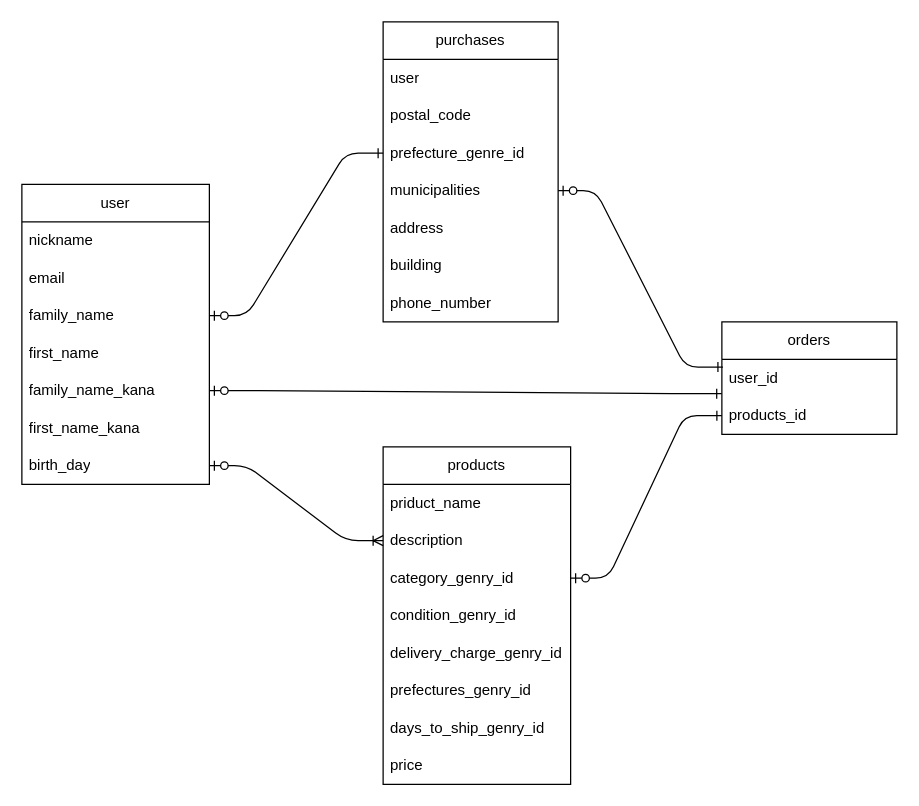
Above: ER.dio in konkiiii/furima-38526 (draw.io), before the change. Source tidied: cells renumbered, new cells numbered last; positions are measured from the earlier drawing's top-left corner, leaving out a move shared by most shapes. Both pictures are drawn from the tidied source at 125%, with x=0, y=0 at pixel (21, 21).
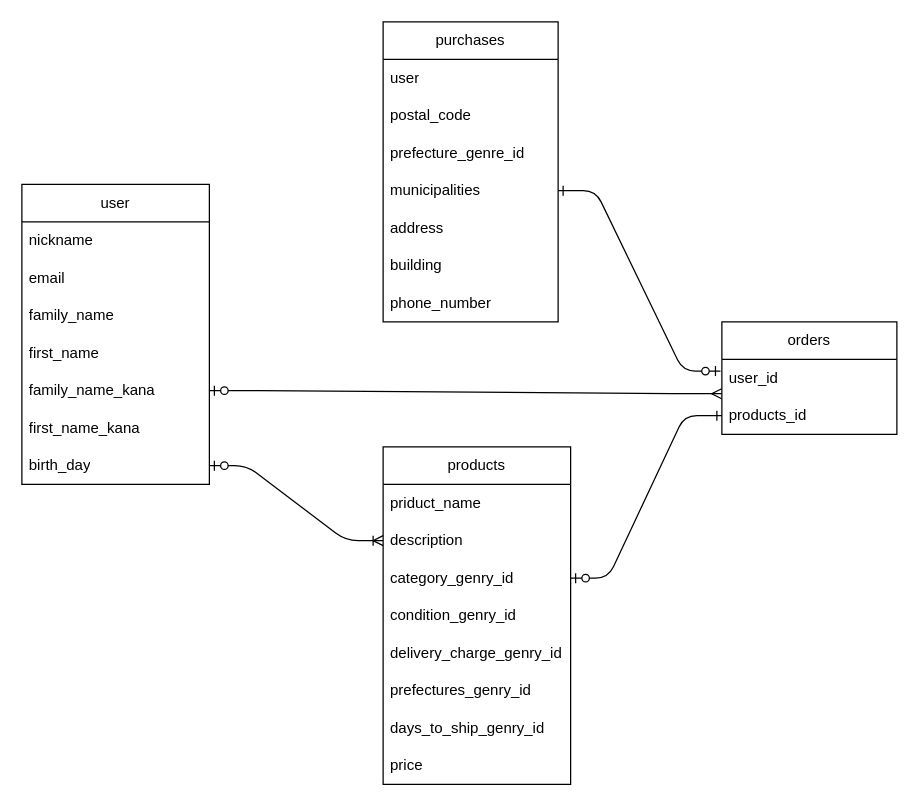
After the change.

Unchanged cells that the change refers to:
```xml
<mxCell id="5" value="family_name" style="text;strokeColor=none;fillColor=none;align=left;verticalAlign=middle;spacingLeft=4;spacingRight=4;overflow=hidden;points=[[0,0.5],[1,0.5]];portConstraint=eastwest;whiteSpace=wrap;html=1;rounded=0;" parent="2" vertex="1">
  <mxGeometry y="90" width="150" height="30" as="geometry" />
</mxCell>
<mxCell id="7" value="family_name_kana" style="text;strokeColor=none;fillColor=none;align=left;verticalAlign=middle;spacingLeft=4;spacingRight=4;overflow=hidden;points=[[0,0.5],[1,0.5]];portConstraint=eastwest;whiteSpace=wrap;html=1;rounded=0;" parent="2" vertex="1">
  <mxGeometry y="150" width="150" height="30" as="geometry" />
</mxCell>
<mxCell id="13" value="prefecture_genre_id" style="text;strokeColor=none;fillColor=none;align=left;verticalAlign=middle;spacingLeft=4;spacingRight=4;overflow=hidden;points=[[0,0.5],[1,0.5]];portConstraint=eastwest;whiteSpace=wrap;html=1;rounded=0;" parent="10" vertex="1">
  <mxGeometry y="90" width="140" height="30" as="geometry" />
</mxCell>
<mxCell id="14" value="municipalities" style="text;strokeColor=none;fillColor=none;align=left;verticalAlign=middle;spacingLeft=4;spacingRight=4;overflow=hidden;points=[[0,0.5],[1,0.5]];portConstraint=eastwest;whiteSpace=wrap;html=1;rounded=0;" parent="10" vertex="1">
  <mxGeometry y="120" width="140" height="30" as="geometry" />
</mxCell>
<mxCell id="30" value="user_id" style="text;strokeColor=none;fillColor=none;align=left;verticalAlign=middle;spacingLeft=4;spacingRight=4;overflow=hidden;points=[[0,0.5],[1,0.5]];portConstraint=eastwest;whiteSpace=wrap;html=1;rounded=0;" parent="29" vertex="1">
  <mxGeometry y="30" width="140" height="30" as="geometry" />
</mxCell>
```

The edit, as a diff of the source:
```diff
@@
-    <mxCell id="28" style="edgeStyle=entityRelationEdgeStyle;fontSize=12;html=1;endArrow=ERzeroToOne;startArrow=ERone;startFill=0;" parent="1" edge="1" source="13" target="5">
-      <mxGeometry relative="1" as="geometry" />
-    </mxCell>
@@
-    <mxCell id="32" style="edgeStyle=entityRelationEdgeStyle;fontSize=12;html=1;endArrow=ERzeroToOne;startArrow=ERone;entryX=1;entryY=0.5;entryDx=0;entryDy=0;exitX=-0.001;exitY=0.915;exitDx=0;exitDy=0;exitPerimeter=0;startFill=0;" parent="1" edge="1" source="30" target="7">
+    <mxCell id="32" style="edgeStyle=entityRelationEdgeStyle;fontSize=12;html=1;endArrow=ERzeroToOne;startArrow=ERmany;entryX=1;entryY=0.5;entryDx=0;entryDy=0;exitX=-0.001;exitY=0.915;exitDx=0;exitDy=0;exitPerimeter=0;startFill=0;" parent="1" edge="1" source="30" target="7">
       <mxGeometry relative="1" as="geometry" />
     </mxCell>
-    <mxCell id="33" style="edgeStyle=entityRelationEdgeStyle;fontSize=12;html=1;endArrow=ERzeroToOne;startArrow=ERone;entryX=1;entryY=0.5;entryDx=0;entryDy=0;exitX=0.006;exitY=0.205;exitDx=0;exitDy=0;exitPerimeter=0;startFill=0;" parent="1" edge="1" source="30" target="14">
-      <mxGeometry relative="1" as="geometry" />
-    </mxCell>
@@
+    <mxCell id="35" style="edgeStyle=entityRelationEdgeStyle;fontSize=12;html=1;endArrow=ERzeroToOne;endFill=1;entryX=-0.008;entryY=0.312;entryDx=0;entryDy=0;entryPerimeter=0;exitX=1;exitY=0.5;exitDx=0;exitDy=0;startArrow=ERone;startFill=0;" parent="1" edge="1" source="14" target="30">
+      <mxGeometry relative="1" as="geometry" />
+    </mxCell>
```
